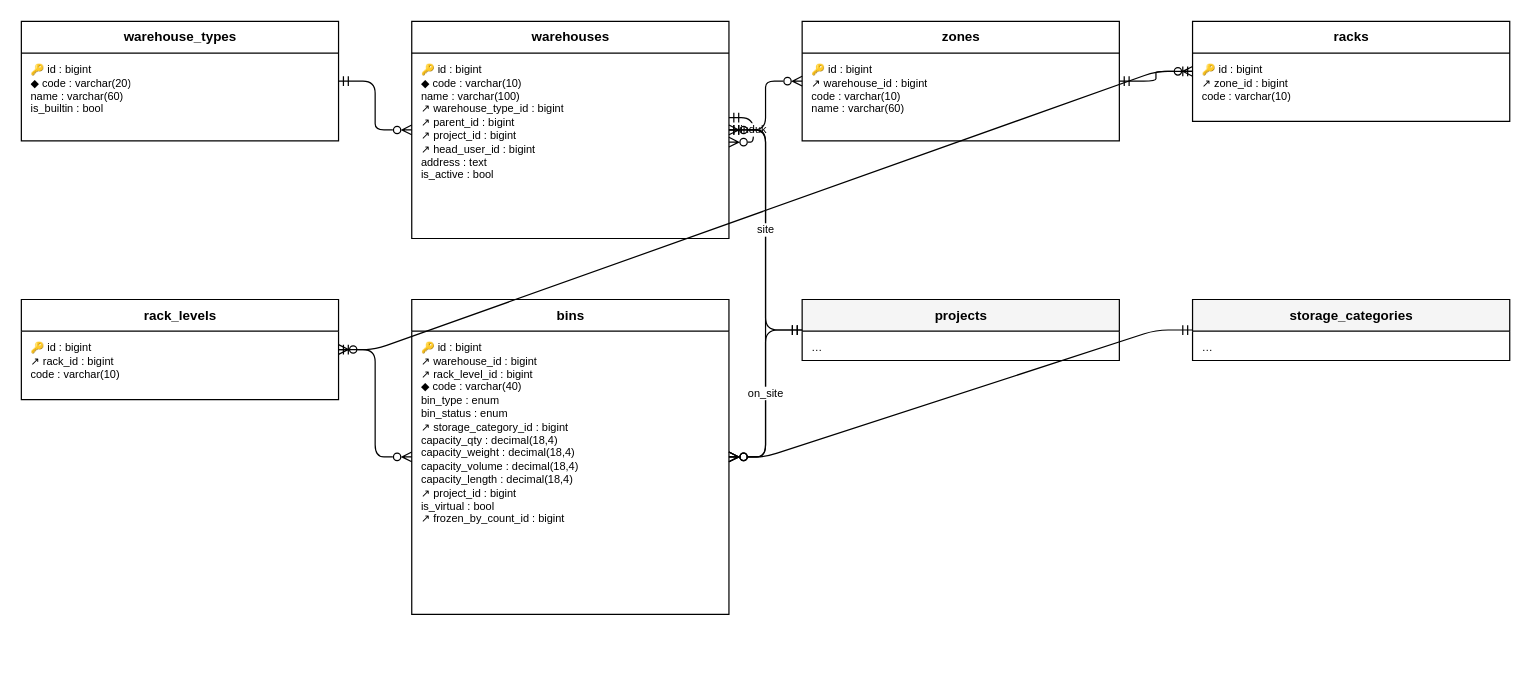
HengkyDarmawan/wms keeps this draw.io diagram as docs/diagram/erd-gudang.drawio. Above is the earlier version. Source tidied: cells renumbered, new cells numbered last; positions are measured from the earlier drawing's top-left corner, leaving out a move shared by most shapes. Both pictures are drawn from the tidied source at 122%, with x=0, y=0 at pixel (21, 21).
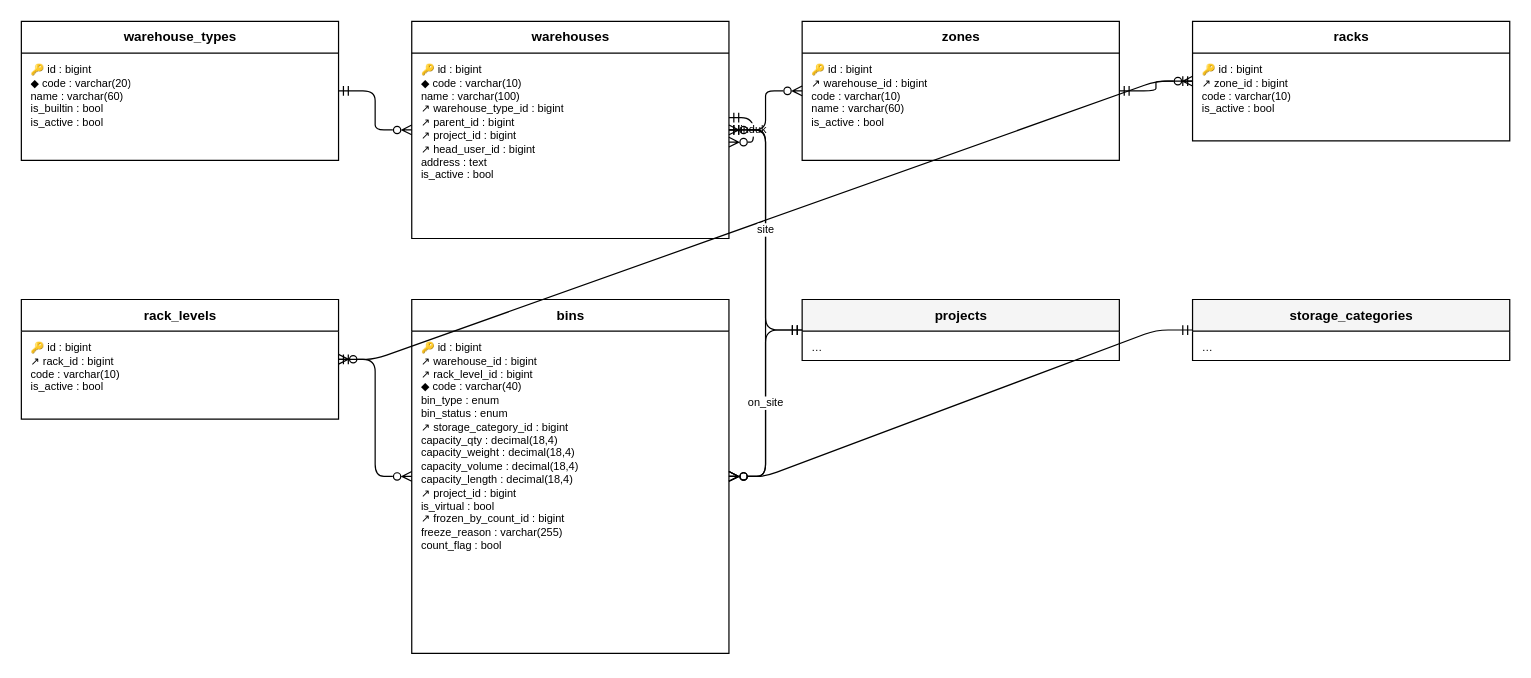
The same page after the edit.

The edit, as a diff of the source:
```diff
@@
     <mxCell id="2" value="warehouse_types" style="swimlane;fontStyle=1;horizontal=1;startSize=26;html=1;fontSize=11;fillColor=#FFFFFF;" parent="1" vertex="1">
-      <mxGeometry width="260" height="98" as="geometry" />
+      <mxGeometry width="260" height="114" as="geometry" />
     </mxCell>
-    <mxCell id="3" value="🔑 id : bigint&lt;br&gt;◆ code : varchar(20)&lt;br&gt;name : varchar(60)&lt;br&gt;is_builtin : bool" style="text;html=1;strokeColor=none;fillColor=none;align=left;verticalAlign=top;spacingLeft=6;spacingTop=2;fontSize=9;whiteSpace=wrap;overflow=hidden;" parent="2" vertex="1">
-      <mxGeometry y="26" width="260" height="72" as="geometry" />
+    <mxCell id="3" value="🔑 id : bigint&lt;br&gt;◆ code : varchar(20)&lt;br&gt;name : varchar(60)&lt;br&gt;is_builtin : bool&lt;br&gt;is_active : bool" style="text;html=1;strokeColor=none;fillColor=none;align=left;verticalAlign=top;spacingLeft=6;spacingTop=2;fontSize=9;whiteSpace=wrap;overflow=hidden;" parent="2" vertex="1">
+      <mxGeometry y="26" width="260" height="88" as="geometry" />
     </mxCell>
@@
     <mxCell id="6" value="zones" style="swimlane;fontStyle=1;horizontal=1;startSize=26;html=1;fontSize=11;fillColor=#FFFFFF;" parent="1" vertex="1">
-      <mxGeometry x="640" width="260" height="98" as="geometry" />
+      <mxGeometry x="640" width="260" height="114" as="geometry" />
     </mxCell>
-    <mxCell id="7" value="🔑 id : bigint&lt;br&gt;↗ warehouse_id : bigint&lt;br&gt;code : varchar(10)&lt;br&gt;name : varchar(60)" style="text;html=1;strokeColor=none;fillColor=none;align=left;verticalAlign=top;spacingLeft=6;spacingTop=2;fontSize=9;whiteSpace=wrap;overflow=hidden;" parent="6" vertex="1">
-      <mxGeometry y="26" width="260" height="72" as="geometry" />
+    <mxCell id="7" value="🔑 id : bigint&lt;br&gt;↗ warehouse_id : bigint&lt;br&gt;code : varchar(10)&lt;br&gt;name : varchar(60)&lt;br&gt;is_active : bool" style="text;html=1;strokeColor=none;fillColor=none;align=left;verticalAlign=top;spacingLeft=6;spacingTop=2;fontSize=9;whiteSpace=wrap;overflow=hidden;" parent="6" vertex="1">
+      <mxGeometry y="26" width="260" height="88" as="geometry" />
     </mxCell>
     <mxCell id="8" value="racks" style="swimlane;fontStyle=1;horizontal=1;startSize=26;html=1;fontSize=11;fillColor=#FFFFFF;" parent="1" vertex="1">
-      <mxGeometry x="960" width="260" height="82" as="geometry" />
+      <mxGeometry x="960" width="260" height="98" as="geometry" />
     </mxCell>
-    <mxCell id="9" value="🔑 id : bigint&lt;br&gt;↗ zone_id : bigint&lt;br&gt;code : varchar(10)" style="text;html=1;strokeColor=none;fillColor=none;align=left;verticalAlign=top;spacingLeft=6;spacingTop=2;fontSize=9;whiteSpace=wrap;overflow=hidden;" parent="8" vertex="1">
-      <mxGeometry y="26" width="260" height="56" as="geometry" />
+    <mxCell id="9" value="🔑 id : bigint&lt;br&gt;↗ zone_id : bigint&lt;br&gt;code : varchar(10)&lt;br&gt;is_active : bool" style="text;html=1;strokeColor=none;fillColor=none;align=left;verticalAlign=top;spacingLeft=6;spacingTop=2;fontSize=9;whiteSpace=wrap;overflow=hidden;" parent="8" vertex="1">
+      <mxGeometry y="26" width="260" height="72" as="geometry" />
     </mxCell>
     <mxCell id="10" value="rack_levels" style="swimlane;fontStyle=1;horizontal=1;startSize=26;html=1;fontSize=11;fillColor=#FFFFFF;" parent="1" vertex="1">
-      <mxGeometry y="228" width="260" height="82" as="geometry" />
+      <mxGeometry y="228" width="260" height="98" as="geometry" />
     </mxCell>
-    <mxCell id="11" value="🔑 id : bigint&lt;br&gt;↗ rack_id : bigint&lt;br&gt;code : varchar(10)" style="text;html=1;strokeColor=none;fillColor=none;align=left;verticalAlign=top;spacingLeft=6;spacingTop=2;fontSize=9;whiteSpace=wrap;overflow=hidden;" parent="10" vertex="1">
-      <mxGeometry y="26" width="260" height="56" as="geometry" />
+    <mxCell id="11" value="🔑 id : bigint&lt;br&gt;↗ rack_id : bigint&lt;br&gt;code : varchar(10)&lt;br&gt;is_active : bool" style="text;html=1;strokeColor=none;fillColor=none;align=left;verticalAlign=top;spacingLeft=6;spacingTop=2;fontSize=9;whiteSpace=wrap;overflow=hidden;" parent="10" vertex="1">
+      <mxGeometry y="26" width="260" height="72" as="geometry" />
     </mxCell>
     <mxCell id="12" value="bins" style="swimlane;fontStyle=1;horizontal=1;startSize=26;html=1;fontSize=11;fillColor=#FFFFFF;" parent="1" vertex="1">
-      <mxGeometry x="320" y="228" width="260" height="258" as="geometry" />
+      <mxGeometry x="320" y="228" width="260" height="290" as="geometry" />
     </mxCell>
-    <mxCell id="13" value="🔑 id : bigint&lt;br&gt;↗ warehouse_id : bigint&lt;br&gt;↗ rack_level_id : bigint&lt;br&gt;◆ code : varchar(40)&lt;br&gt;bin_type : enum&lt;br&gt;bin_status : enum&lt;br&gt;↗ storage_category_id : bigint&lt;br&gt;capacity_qty : decimal(18,4)&lt;br&gt;capacity_weight : decimal(18,4)&lt;br&gt;capacity_volume : decimal(18,4)&lt;br&gt;capacity_length : decimal(18,4)&lt;br&gt;↗ project_id : bigint&lt;br&gt;is_virtual : bool&lt;br&gt;↗ frozen_by_count_id : bigint" style="text;html=1;strokeColor=none;fillColor=none;align=left;verticalAlign=top;spacingLeft=6;spacingTop=2;fontSize=9;whiteSpace=wrap;overflow=hidden;" parent="12" vertex="1">
-      <mxGeometry y="26" width="260" height="232" as="geometry" />
+    <mxCell id="13" value="🔑 id : bigint&lt;br&gt;↗ warehouse_id : bigint&lt;br&gt;↗ rack_level_id : bigint&lt;br&gt;◆ code : varchar(40)&lt;br&gt;bin_type : enum&lt;br&gt;bin_status : enum&lt;br&gt;↗ storage_category_id : bigint&lt;br&gt;capacity_qty : decimal(18,4)&lt;br&gt;capacity_weight : decimal(18,4)&lt;br&gt;capacity_volume : decimal(18,4)&lt;br&gt;capacity_length : decimal(18,4)&lt;br&gt;↗ project_id : bigint&lt;br&gt;is_virtual : bool&lt;br&gt;↗ frozen_by_count_id : bigint&lt;br&gt;freeze_reason : varchar(255)&lt;br&gt;count_flag : bool" style="text;html=1;strokeColor=none;fillColor=none;align=left;verticalAlign=top;spacingLeft=6;spacingTop=2;fontSize=9;whiteSpace=wrap;overflow=hidden;" parent="12" vertex="1">
+      <mxGeometry y="26" width="260" height="264" as="geometry" />
     </mxCell>
```
